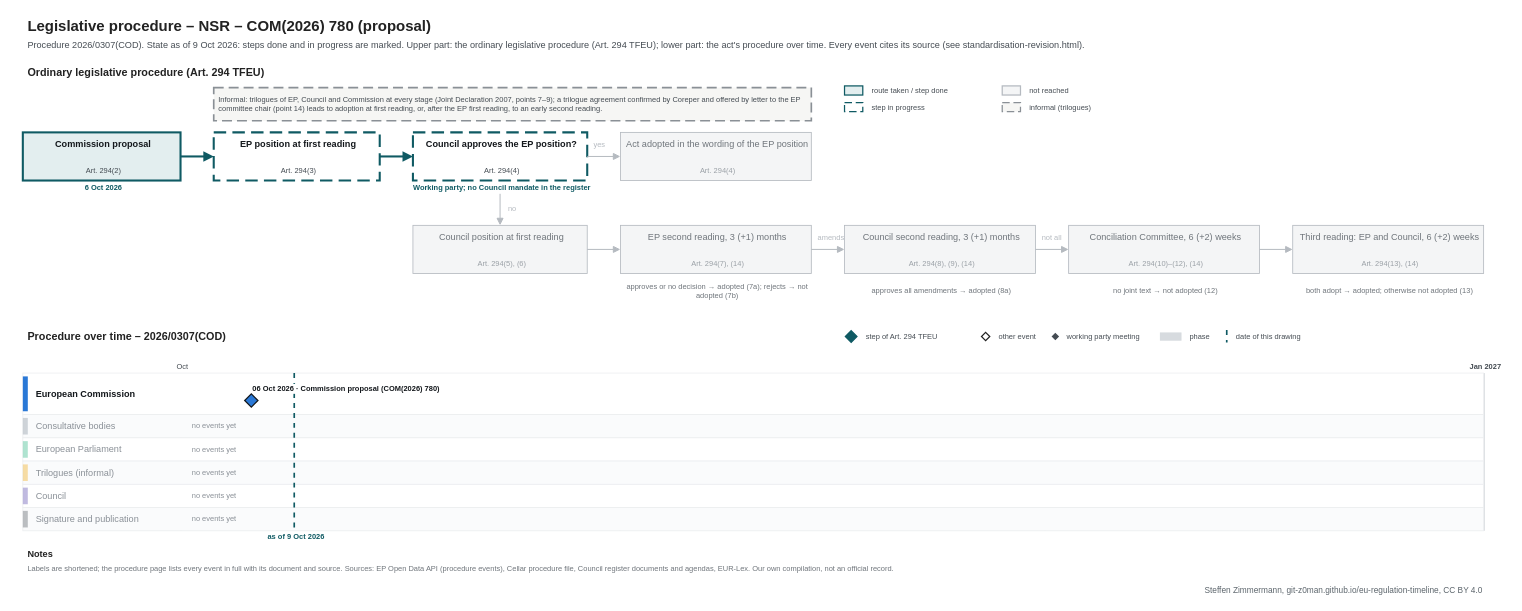
Before: procedures/standardisation-revision.drawio in git-z0man/eu-regulation-timeline, a draw.io diagram. Source tidied: cells renumbered, new cells numbered last; positions are measured from the earlier drawing's top-left corner, leaving out a move shared by most shapes. Both pictures are drawn from the tidied source at 83%, with x=0, y=0 at pixel (14, 14).
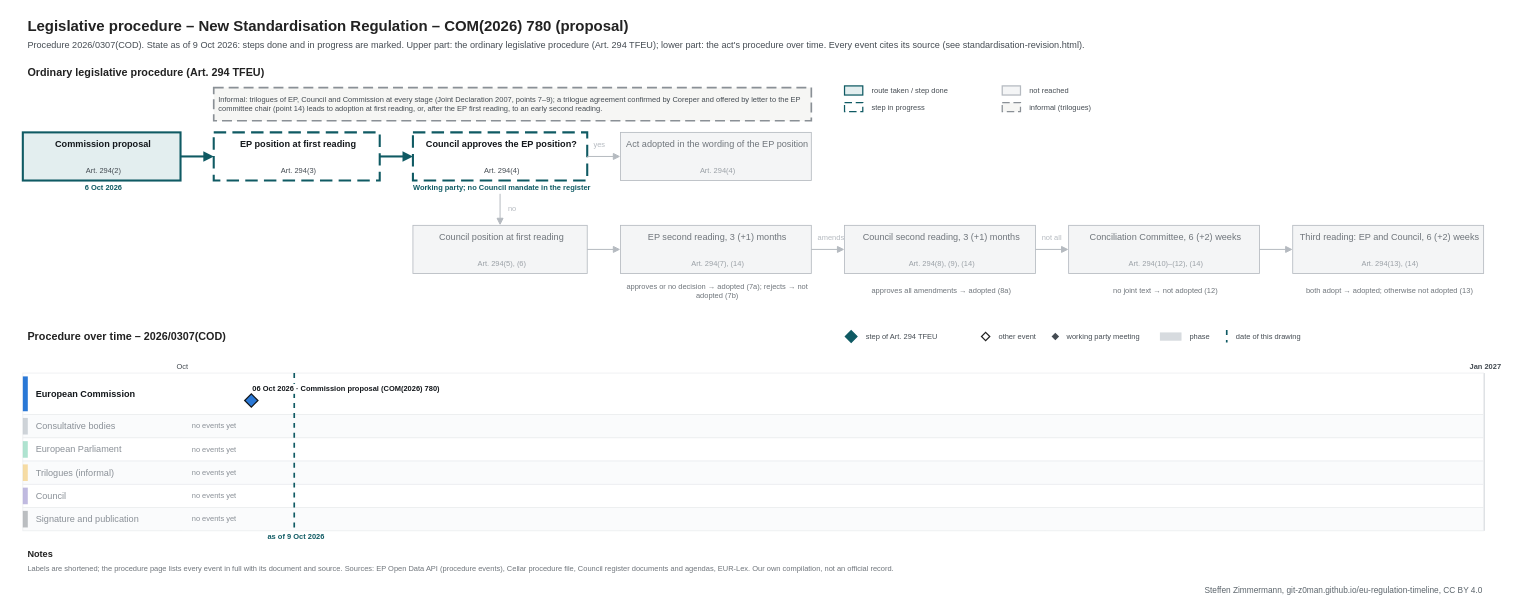
After the change.

Change to the diagram source:
```diff
@@
-    <mxCell id="2" value="Legislative procedure – NSR – COM(2026) 780 (proposal)" style="text;html=1;fontSize=18;fontColor=#222222;align=left;verticalAlign=middle;spacingLeft=4;fontStyle=1;" parent="1" vertex="1">
+    <mxCell id="2" value="Legislative procedure – New Standardisation Regulation – COM(2026) 780 (proposal)" style="text;html=1;fontSize=18;fontColor=#222222;align=left;verticalAlign=middle;spacingLeft=4;fontStyle=1;" parent="1" vertex="1">
       <mxGeometry x="10" width="1600" height="28" as="geometry" />
     </mxCell>
```
